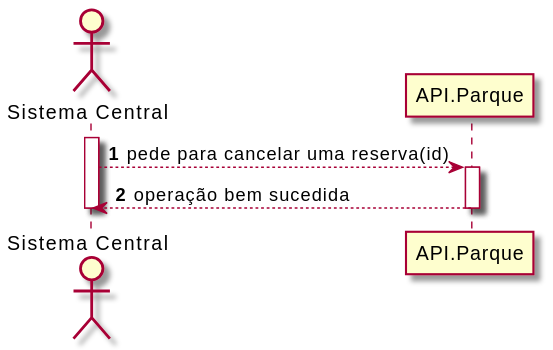
Earlier version of the PlantUML export Documentos/Sprint2/UC3/SSD-UC3.svg (UPskillDOTNET/Jakim-das-Coives-S.A.).
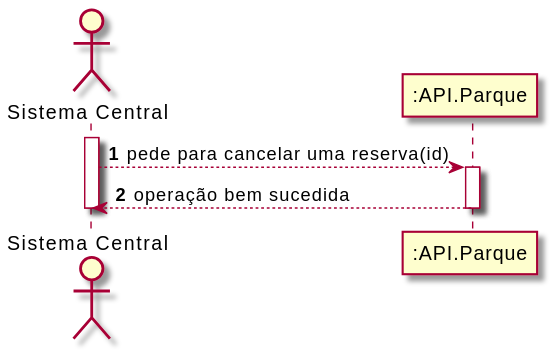
After the change.

What changed in the source:
```diff
@@ -1,7 +1,7 @@
 @startuml
 autonumber
 actor "Sistema Central" as SC
-participant "API.Parque" as SA
+participant ":API.Parque" as SA
 
 activate SC
 SC --> SA : pede para cancelar uma reserva(id)
```
